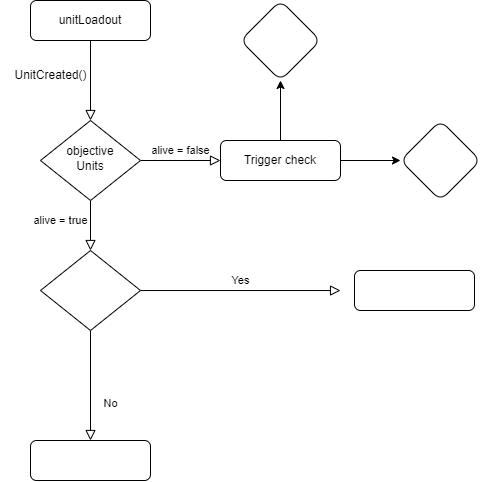
Earlier version of the draw.io export API Architecture.drawio.png (Ezahiel/Diagrams). Source tidied: cells renumbered, new cells last; positions are measured from the earlier drawing's top-left corner, leaving out a move shared by most shapes.
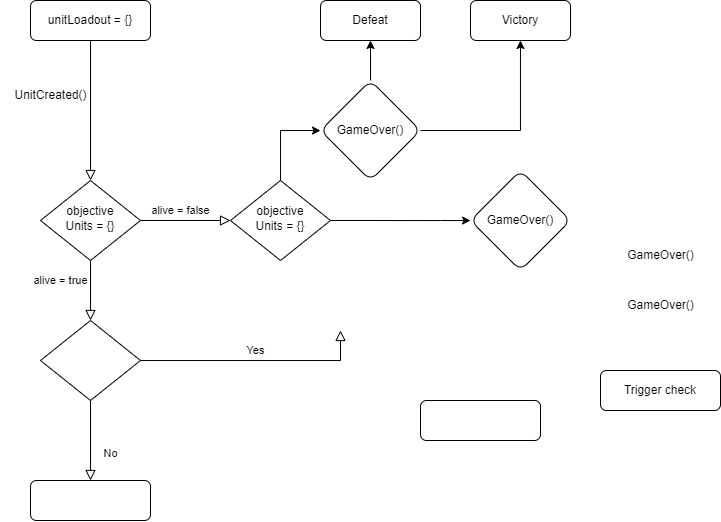
The same diagram one commit later.

What changed in the source:
```diff
@@ -5,31 +5,41 @@
     <mxCell id="2" style="rounded=0;html=1;jettySize=auto;fontSize=11;endArrow=block;endFill=0;endSize=8;strokeWidth=1;shadow=0;labelBackgroundColor=none;edgeStyle=orthogonalEdgeStyle;" parent="1" edge="1" source="3" target="6">
       <mxGeometry relative="1" as="geometry" />
     </mxCell>
-    <mxCell id="3" value="unitLoadout" style="rounded=1;whiteSpace=wrap;html=1;fontSize=12;glass=0;strokeWidth=1;shadow=0;" parent="1" vertex="1">
-      <mxGeometry x="30" width="120" height="40" as="geometry" />
+    <mxCell id="3" value="unitLoadout = {}" style="rounded=1;whiteSpace=wrap;html=1;fontSize=12;glass=0;strokeWidth=1;shadow=0;" parent="1" vertex="1">
+      <mxGeometry x="30" y="-40" width="120" height="40" as="geometry" />
     </mxCell>
     <mxCell id="4" value="alive = false" style="rounded=0;html=1;jettySize=auto;fontSize=11;endArrow=block;endFill=0;endSize=8;strokeWidth=1;shadow=0;labelBackgroundColor=none;edgeStyle=orthogonalEdgeStyle;" parent="1" edge="1" source="6" target="12">
       <mxGeometry x="-1" y="103" relative="1" as="geometry">
         <mxPoint x="-13" y="-50" as="offset" />
       </mxGeometry>
     </mxCell>
-    <mxCell id="5" value="alive = true" style="edgeStyle=orthogonalEdgeStyle;rounded=0;html=1;jettySize=auto;fontSize=11;endArrow=block;endFill=0;endSize=8;strokeWidth=1;shadow=0;labelBackgroundColor=none;" parent="1" edge="1" source="6">
+    <mxCell id="5" value="alive = true" style="edgeStyle=orthogonalEdgeStyle;rounded=0;html=1;jettySize=auto;fontSize=11;endArrow=block;endFill=0;endSize=8;strokeWidth=1;shadow=0;labelBackgroundColor=none;entryX=0;entryY=0.5;entryDx=0;entryDy=0;" parent="1" edge="1" source="6" target="22">
       <mxGeometry x="-1" y="-100" relative="1" as="geometry">
-        <mxPoint x="220" y="160" as="targetPoint" />
         <mxPoint x="-80" y="-40" as="offset" />
       </mxGeometry>
     </mxCell>
-    <mxCell id="6" value="objective&lt;br&gt;Units" style="rhombus;whiteSpace=wrap;html=1;shadow=0;fontFamily=Helvetica;fontSize=12;align=center;strokeWidth=1;spacing=6;spacingTop=-4;" parent="1" vertex="1">
-      <mxGeometry x="40" y="120" width="100" height="80" as="geometry" />
+    <mxCell id="6" value="objective&lt;br&gt;Units = {}" style="rhombus;whiteSpace=wrap;html=1;shadow=0;fontFamily=Helvetica;fontSize=12;align=center;strokeWidth=1;spacing=6;spacingTop=-4;" parent="1" vertex="1">
+      <mxGeometry x="40" y="140" width="100" height="80" as="geometry" />
     </mxCell>
-    <mxCell id="7" style="edgeStyle=orthogonalEdgeStyle;rounded=0;jettySize=auto;html=1;fontFamily=Helvetica;fontSize=12;" parent="1" edge="1" source="9" target="16">
-      <mxGeometry relative="1" as="geometry" />
+    <mxCell id="7" style="edgeStyle=orthogonalEdgeStyle;rounded=0;jettySize=auto;html=1;fontFamily=Helvetica;fontSize=12;" parent="1" edge="1" target="16">
+      <mxGeometry relative="1" as="geometry">
+        <mxPoint x="280" y="150" as="sourcePoint" />
+        <Array as="points">
+          <mxPoint x="280" y="180" />
+          <mxPoint x="280" y="180" />
+        </Array>
+      </mxGeometry>
     </mxCell>
-    <mxCell id="8" style="edgeStyle=orthogonalEdgeStyle;rounded=0;jettySize=auto;html=1;fontFamily=Helvetica;fontSize=12;" parent="1" edge="1" source="9" target="17">
-      <mxGeometry relative="1" as="geometry" />
+    <mxCell id="8" style="edgeStyle=orthogonalEdgeStyle;rounded=0;jettySize=auto;html=1;fontFamily=Helvetica;fontSize=12;exitX=1;exitY=0.5;exitDx=0;exitDy=0;" parent="1" edge="1" source="22" target="17">
+      <mxGeometry relative="1" as="geometry">
+        <Array as="points">
+          <mxPoint x="440" y="180" />
+          <mxPoint x="440" y="180" />
+        </Array>
+      </mxGeometry>
     </mxCell>
-    <mxCell id="9" value="Trigger check" style="rounded=1;whiteSpace=wrap;html=1;fontSize=12;glass=0;strokeWidth=1;shadow=0;" parent="1" vertex="1">
-      <mxGeometry x="220" y="140" width="120" height="40" as="geometry" />
+    <mxCell id="9" value="Trigger check" style="rounded=1;whiteSpace=wrap;html=1;fontSize=12;glass=0;strokeWidth=1;shadow=0;perimeter=rectanglePerimeter;" parent="1" vertex="1">
+      <mxGeometry x="600" y="330" width="120" height="40" as="geometry" />
     </mxCell>
     <mxCell id="10" value="No" style="rounded=0;html=1;jettySize=auto;fontSize=11;endArrow=block;endFill=0;endSize=8;strokeWidth=1;shadow=0;labelBackgroundColor=none;edgeStyle=orthogonalEdgeStyle;" parent="1" edge="1" source="12" target="13">
       <mxGeometry x="0.33" y="20" relative="1" as="geometry" />
@@ -38,28 +48,48 @@
       <mxGeometry y="10" relative="1" as="geometry">
         <mxPoint x="340" y="290" as="targetPoint" />
         <Array as="points">
-          <mxPoint x="340" y="290" />
-          <mxPoint x="340" y="290" />
+          <mxPoint x="340" y="320" />
         </Array>
       </mxGeometry>
     </mxCell>
     <mxCell id="12" style="rhombus;whiteSpace=wrap;html=1;shadow=0;fontFamily=Helvetica;fontSize=12;align=center;strokeWidth=1;spacing=6;spacingTop=-4;" parent="1" vertex="1">
-      <mxGeometry x="40" y="250" width="100" height="80" as="geometry" />
+      <mxGeometry x="40" y="280" width="100" height="80" as="geometry" />
     </mxCell>
     <mxCell id="13" style="rounded=1;whiteSpace=wrap;html=1;fontSize=12;glass=0;strokeWidth=1;shadow=0;" parent="1" vertex="1">
       <mxGeometry x="30" y="440" width="120" height="40" as="geometry" />
     </mxCell>
     <mxCell id="14" style="rounded=1;whiteSpace=wrap;html=1;fontSize=12;glass=0;strokeWidth=1;shadow=0;" parent="1" vertex="1">
-      <mxGeometry x="354" y="270" width="120" height="40" as="geometry" />
+      <mxGeometry x="420" y="360" width="120" height="40" as="geometry" />
     </mxCell>
     <mxCell id="15" value="UnitCreated()" style="text;html=1;align=center;verticalAlign=middle;strokeColor=none;fillColor=none;fontSize=12;fontFamily=Helvetica;" parent="1" vertex="1">
-      <mxGeometry y="60" width="100" height="30" as="geometry" />
+      <mxGeometry y="40" width="100" height="30" as="geometry" />
     </mxCell>
+    <mxCell id="18" style="edgeStyle=orthogonalEdgeStyle;rounded=0;jettySize=auto;html=1;" parent="1" edge="1" source="16" target="23">
+      <mxGeometry relative="1" as="geometry" />
+    </mxCell>
+    <mxCell id="19" style="edgeStyle=orthogonalEdgeStyle;rounded=0;jettySize=auto;html=1;" parent="1" edge="1" source="16" target="24">
+      <mxGeometry relative="1" as="geometry" />
+    </mxCell>
-    <mxCell id="16" style="rhombus;whiteSpace=wrap;html=1;rounded=1;glass=0;strokeWidth=1;shadow=0;fontFamily=Helvetica;fontSize=12;" parent="1" vertex="1">
-      <mxGeometry x="240" width="80" height="80" as="geometry" />
+    <mxCell id="16" value="GameOver()" style="rhombus;whiteSpace=wrap;html=1;rounded=1;glass=0;strokeWidth=1;shadow=0;fontFamily=Helvetica;fontSize=12;" parent="1" vertex="1">
+      <mxGeometry x="320" y="40" width="100" height="100" as="geometry" />
     </mxCell>
-    <mxCell id="17" style="rhombus;whiteSpace=wrap;html=1;rounded=1;glass=0;strokeWidth=1;shadow=0;" parent="1" vertex="1">
-      <mxGeometry x="400" y="120" width="80" height="80" as="geometry" />
+    <mxCell id="17" value="GameOver()" style="rhombus;whiteSpace=wrap;html=1;rounded=1;glass=0;strokeWidth=1;shadow=0;rotation=0;" parent="1" vertex="1">
+      <mxGeometry x="470" y="130" width="100" height="100" as="geometry" />
     </mxCell>
+    <mxCell id="20" value="GameOver()" style="text;html=1;align=center;verticalAlign=middle;strokeColor=none;fillColor=none;" parent="1" vertex="1">
+      <mxGeometry x="615" y="200" width="90" height="30" as="geometry" />
+    </mxCell>
+    <mxCell id="21" value="GameOver()" style="text;html=1;align=center;verticalAlign=middle;strokeColor=none;fillColor=none;" parent="1" vertex="1">
+      <mxGeometry x="615" y="250" width="90" height="30" as="geometry" />
+    </mxCell>
+    <mxCell id="22" value="objective&lt;br&gt;Units = {}" style="rhombus;whiteSpace=wrap;html=1;shadow=0;fontFamily=Helvetica;fontSize=12;align=center;strokeWidth=1;spacing=6;spacingTop=-4;" parent="1" vertex="1">
+      <mxGeometry x="230" y="140" width="100" height="80" as="geometry" />
+    </mxCell>
+    <mxCell id="23" value="Defeat" style="whiteSpace=wrap;html=1;rounded=1;glass=0;strokeWidth=1;shadow=0;" parent="1" vertex="1">
+      <mxGeometry x="320" y="-40" width="100" height="40" as="geometry" />
+    </mxCell>
+    <mxCell id="24" value="Victory" style="whiteSpace=wrap;html=1;rounded=1;glass=0;strokeWidth=1;shadow=0;rotation=0;" parent="1" vertex="1">
+      <mxGeometry x="470" y="-40" width="100" height="40" as="geometry" />
+    </mxCell>
   </root>
 </mxGraphModel>
```
